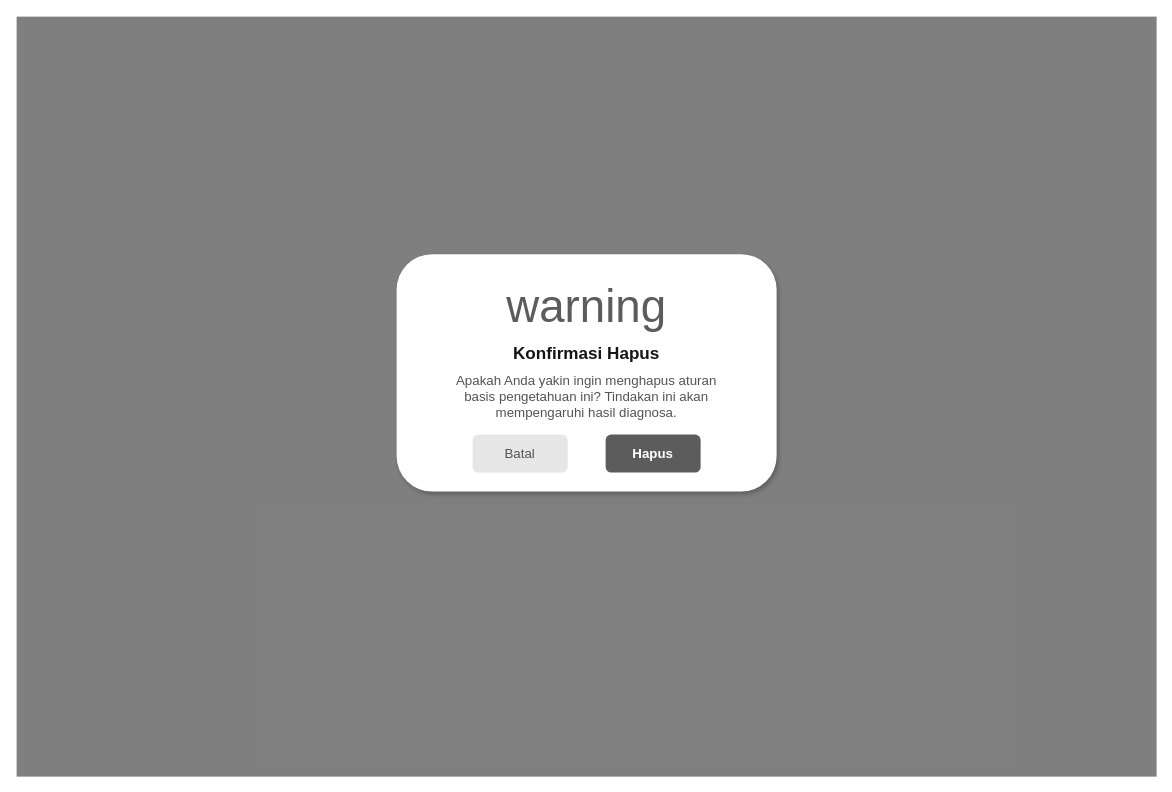
Above: diagram/desain_backup/admin-hapus-aturan.drawio in RajaSunrise/kangkungku (draw.io), before the change. Source tidied: cells renumbered, new cells numbered last; positions are measured from the earlier drawing's top-left corner, leaving out a move shared by most shapes. Both pictures are drawn from the tidied source at 95%, with x=0, y=0 at pixel (16, 16).
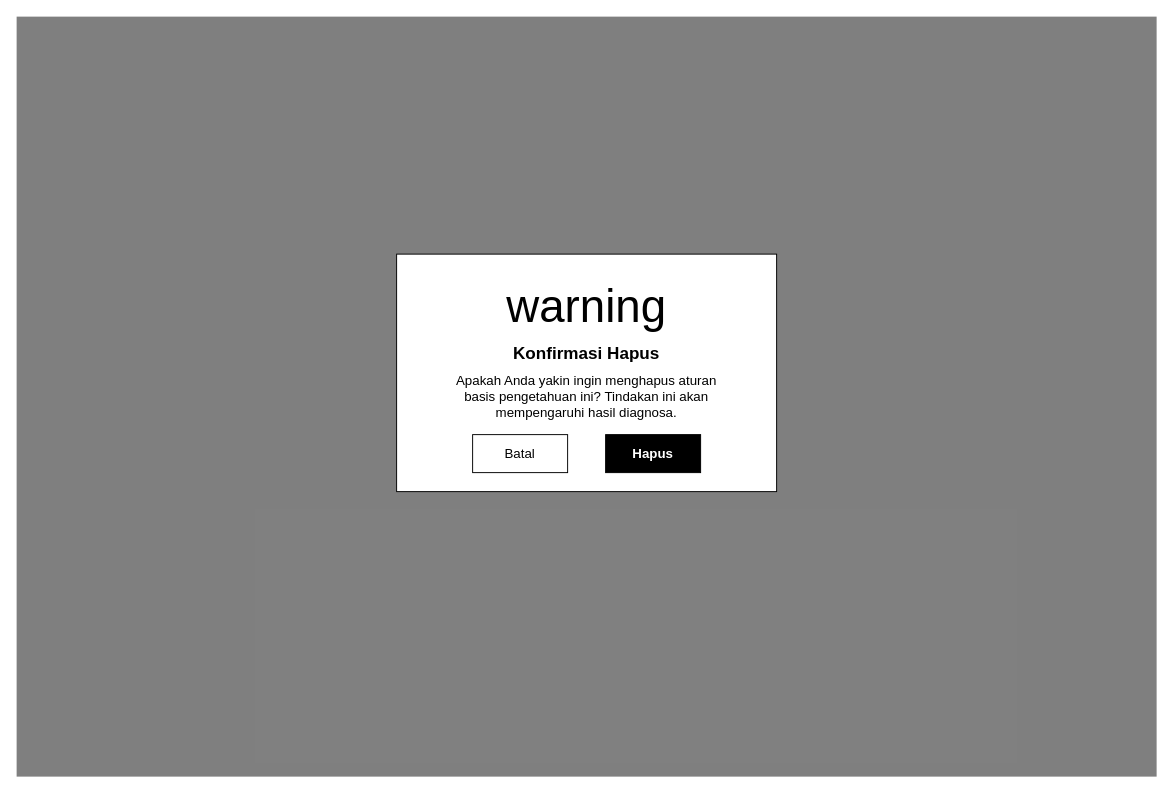
The same diagram, later.

What changed in the source:
```diff
@@
 <mxGraphModel>
   <root>
     <mxCell id="0" />
     <mxCell id="1" parent="0" />
     <mxCell id="2" style="rounded=0;whiteSpace=wrap;html=1;fillColor=#000000;fillOpacity=50;strokeColor=none;" parent="1" vertex="1">
       <mxGeometry width="1200" height="800" as="geometry" />
     </mxCell>
-    <mxCell id="3" style="rounded=1;whiteSpace=wrap;html=1;fillColor=#FFFFFF;strokeColor=none;shadow=1;" parent="1" vertex="1">
+    <mxCell id="3" style="rounded=0;whiteSpace=wrap;html=1;fillColor=#FFFFFF;strokeColor=#000000;" parent="1" vertex="1">
       <mxGeometry x="400" y="250" width="400" height="250" as="geometry" />
     </mxCell>
-    <mxCell id="4" value="warning" style="text;html=1;strokeColor=none;fillColor=none;align=center;verticalAlign=middle;whiteSpace=wrap;rounded=0;fontColor=#5C5C5C;fontSize=48;fontFamily=Material Icons;" parent="1" vertex="1">
+    <mxCell id="4" value="warning" style="text;html=1;strokeColor=none;fillColor=none;align=center;verticalAlign=middle;whiteSpace=wrap;rounded=0;fontColor=#000000;fontSize=48;fontFamily=Material Icons;" parent="1" vertex="1">
       <mxGeometry x="575" y="280" width="50" height="50" as="geometry" />
     </mxCell>
-    <mxCell id="5" value="Konfirmasi Hapus" style="text;html=1;strokeColor=none;fillColor=none;align=center;verticalAlign=middle;whiteSpace=wrap;rounded=0;fontColor=#151515;fontSize=18;fontStyle=1;" parent="1" vertex="1">
+    <mxCell id="5" value="Konfirmasi Hapus" style="text;html=1;strokeColor=none;fillColor=none;align=center;verticalAlign=middle;whiteSpace=wrap;rounded=0;fontColor=#000000;fontSize=18;fontStyle=1;" parent="1" vertex="1">
       <mxGeometry x="450" y="340" width="300" height="30" as="geometry" />
     </mxCell>
-    <mxCell id="6" value="Apakah Anda yakin ingin menghapus aturan basis pengetahuan ini? Tindakan ini akan mempengaruhi hasil diagnosa." style="text;html=1;strokeColor=none;fillColor=none;align=center;verticalAlign=middle;whiteSpace=wrap;rounded=0;fontColor=#535353;fontSize=14;" parent="1" vertex="1">
+    <mxCell id="6" value="Apakah Anda yakin ingin menghapus aturan basis pengetahuan ini? Tindakan ini akan mempengaruhi hasil diagnosa." style="text;html=1;strokeColor=none;fillColor=none;align=center;verticalAlign=middle;whiteSpace=wrap;rounded=0;fontColor=#000000;fontSize=14;" parent="1" vertex="1">
       <mxGeometry x="450" y="370" width="300" height="60" as="geometry" />
     </mxCell>
-    <mxCell id="7" value="Batal" style="rounded=1;whiteSpace=wrap;html=1;fillColor=#E6E6E6;strokeColor=none;fontColor=#535353;fontSize=14;" parent="1" vertex="1">
+    <mxCell id="7" value="Batal" style="rounded=0;whiteSpace=wrap;html=1;fillColor=#FFFFFF;strokeColor=#000000;fontColor=#000000;fontSize=14;" parent="1" vertex="1">
       <mxGeometry x="480" y="440" width="100" height="40" as="geometry" />
     </mxCell>
-    <mxCell id="8" value="Hapus" style="rounded=1;whiteSpace=wrap;html=1;fillColor=#5C5C5C;strokeColor=none;fontColor=#FFFFFF;fontStyle=1;fontSize=14;" parent="1" vertex="1">
+    <mxCell id="8" value="Hapus" style="rounded=0;whiteSpace=wrap;html=1;fillColor=#000000;strokeColor=#000000;fontColor=#FFFFFF;fontStyle=1;fontSize=14;" parent="1" vertex="1">
       <mxGeometry x="620" y="440" width="100" height="40" as="geometry" />
     </mxCell>
   </root>
 </mxGraphModel>
```
